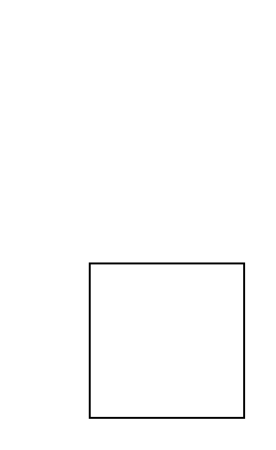
leinuo2016/shp keeps this draw.io diagram as 未命名绘图.drawio. Above is the earlier version. Source tidied: cells renumbered, new cells numbered last; positions are measured from the earlier drawing's top-left corner, leaving out a move shared by most shapes. Both pictures are drawn from the tidied source at 193%, with x=0, y=0 at pixel (89, 262).
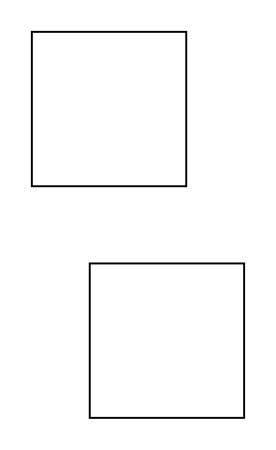
After the change.

Commit message:
更新未命名绘图.drawio

Change to the diagram source:
```diff
@@
 <mxGraphModel>
   <root>
     <mxCell id="0" />
     <mxCell id="1" parent="0" />
     <mxCell id="2" style="whiteSpace=wrap;html=1;" parent="1" vertex="1">
       <mxGeometry width="80" height="80" as="geometry" />
     </mxCell>
+    <mxCell id="3" style="whiteSpace=wrap;html=1;" parent="1" vertex="1">
+      <mxGeometry x="-30" y="-120" width="80" height="80" as="geometry" />
+    </mxCell>
   </root>
 </mxGraphModel>
```
